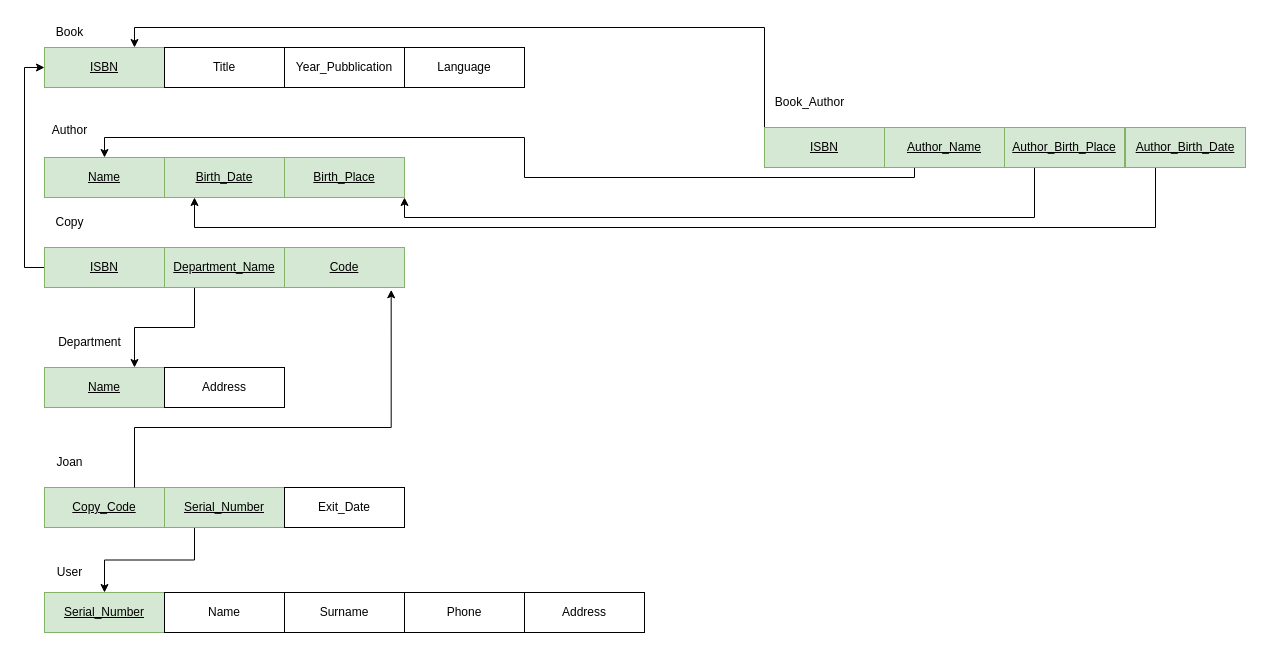
Above: Biblioteca Schema Relazionale.drawio in michele25-10/BasiDatiBiblioteca (draw.io), before the change. Source tidied: cells renumbered, new cells numbered last; positions are measured from the earlier drawing's top-left corner, leaving out a move shared by most shapes. Both pictures are drawn from the tidied source at 100%, with x=0, y=0 at pixel (39, 17).
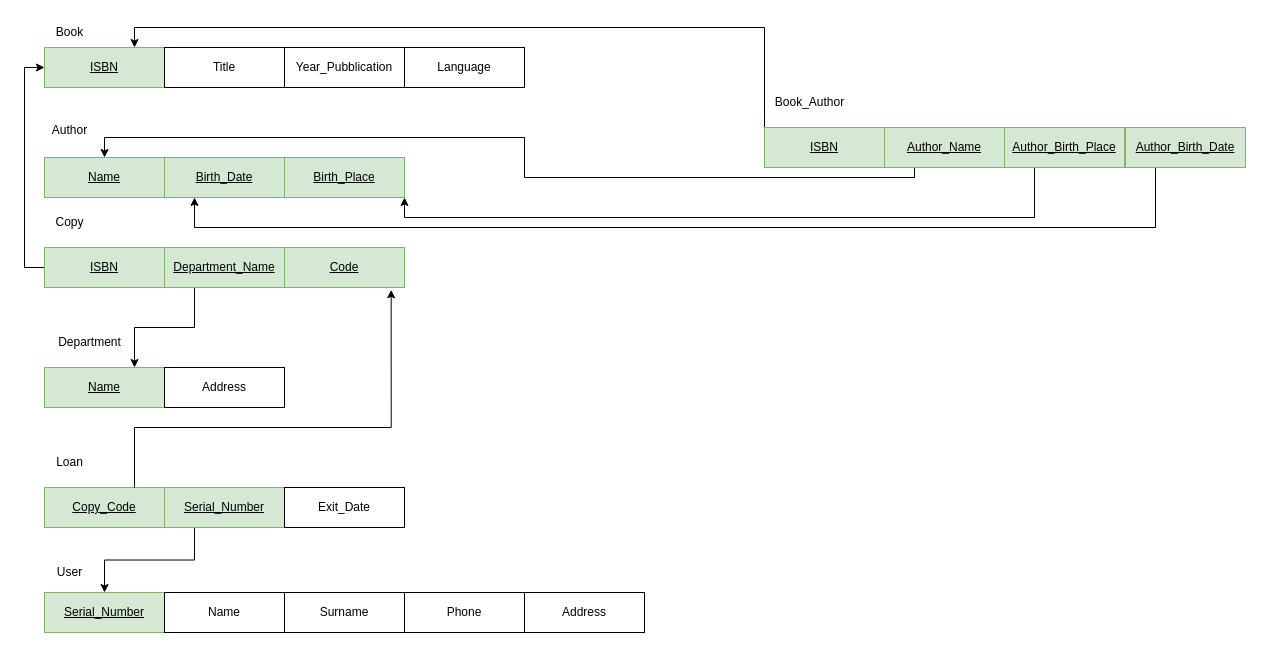
The same diagram, later.

The edit, as a diff of the source:
```diff
@@
-    <mxCell id="17" value="Joan" style="text;html=1;align=center;verticalAlign=middle;strokeColor=none;fillColor=none;" parent="1" vertex="1">
+    <mxCell id="17" value="Loan" style="text;html=1;align=center;verticalAlign=middle;strokeColor=none;fillColor=none;" parent="1" vertex="1">
       <mxGeometry x="5" y="430" width="50" height="30" as="geometry" />
     </mxCell>
```
